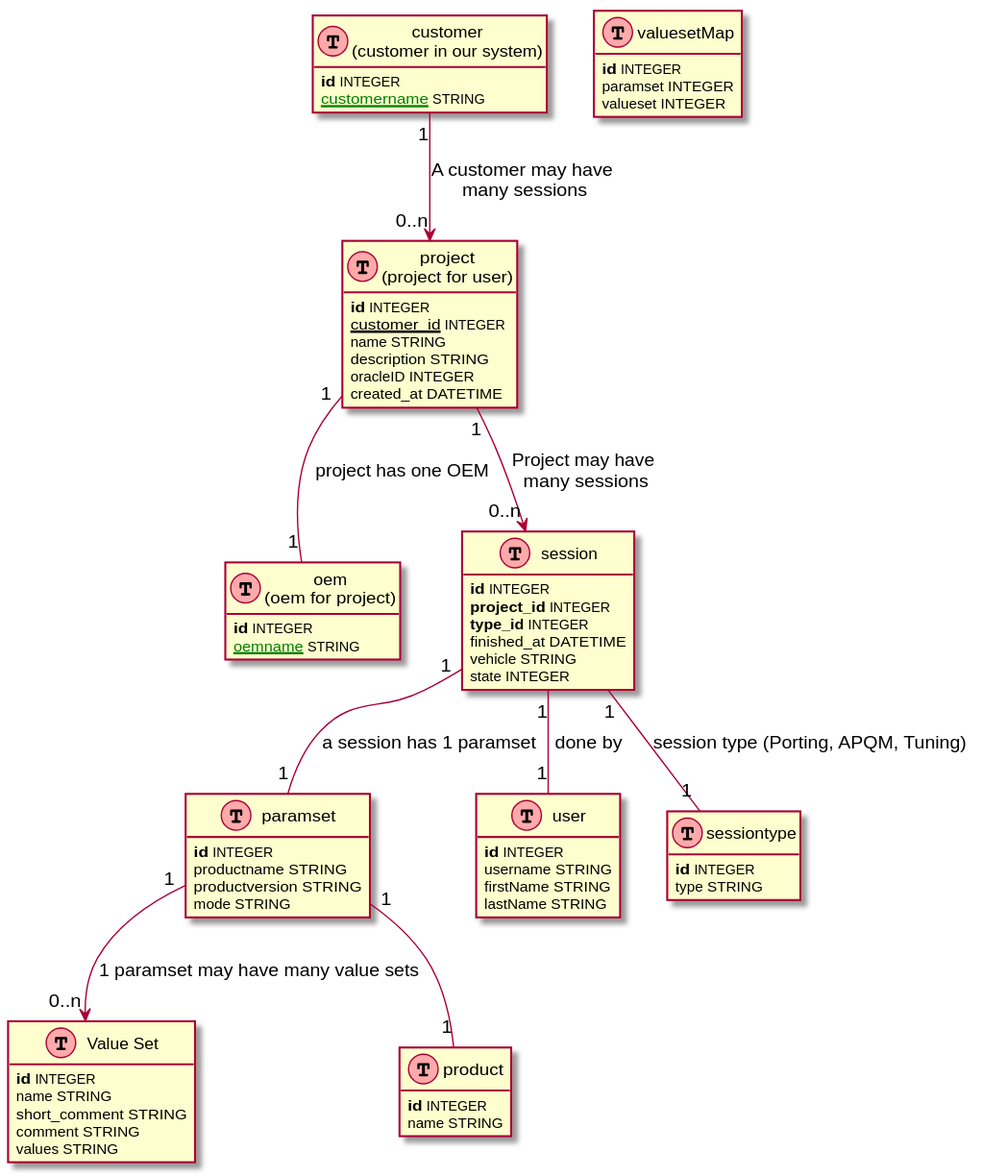
The PlantUML diagram database.svg in Zwischenablage/streamline, before a commit.
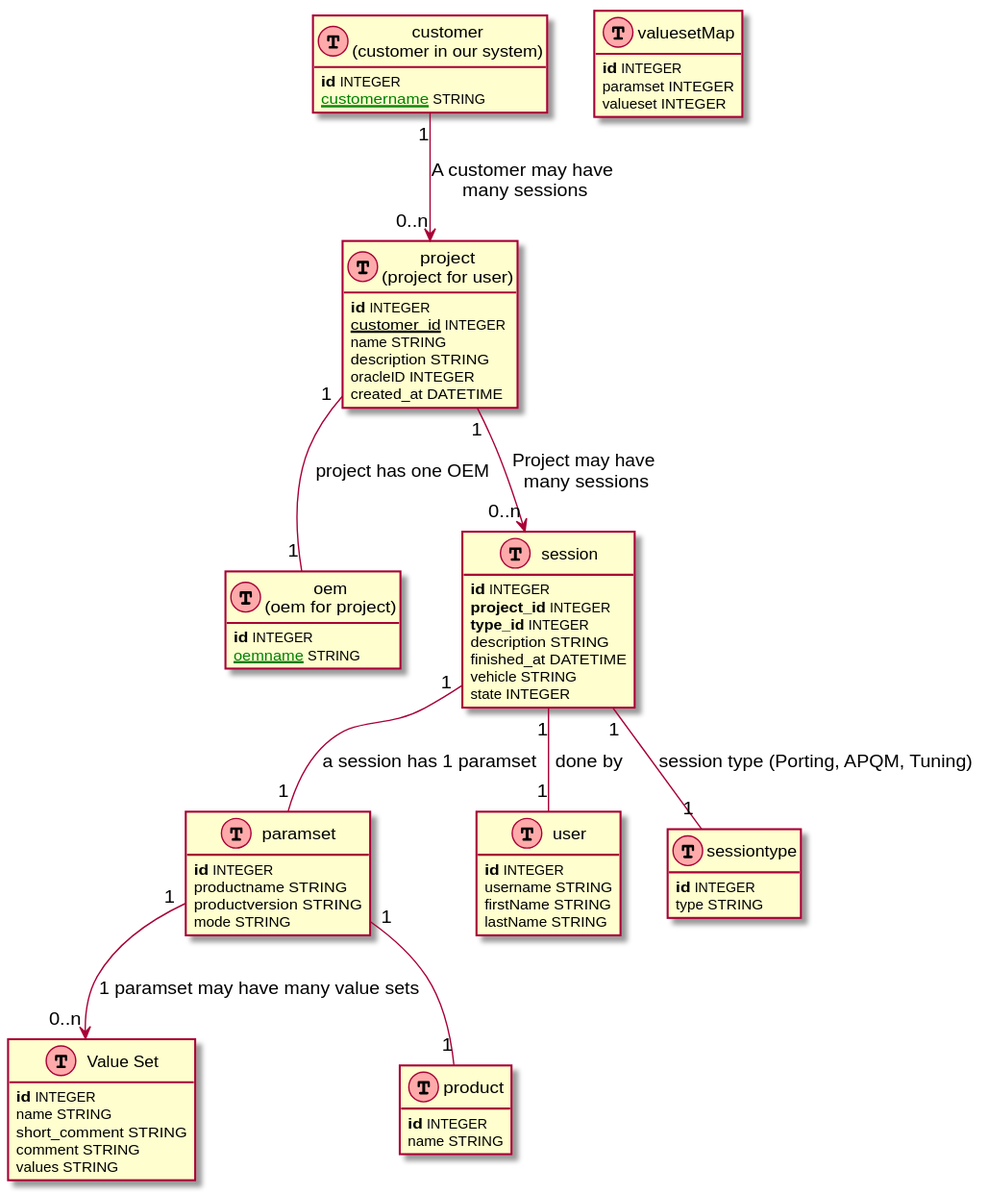
After the change.

The edit, as a diff of the source:
```diff
@@ -26,6 +26,7 @@
 <b>id</b> INTEGER
 <b>project_id</b> INTEGER
 <b>type_id</b> INTEGER
+description STRING
 finished_at DATETIME
 vehicle STRING
 done_by(user_Id) INTEGER
```
